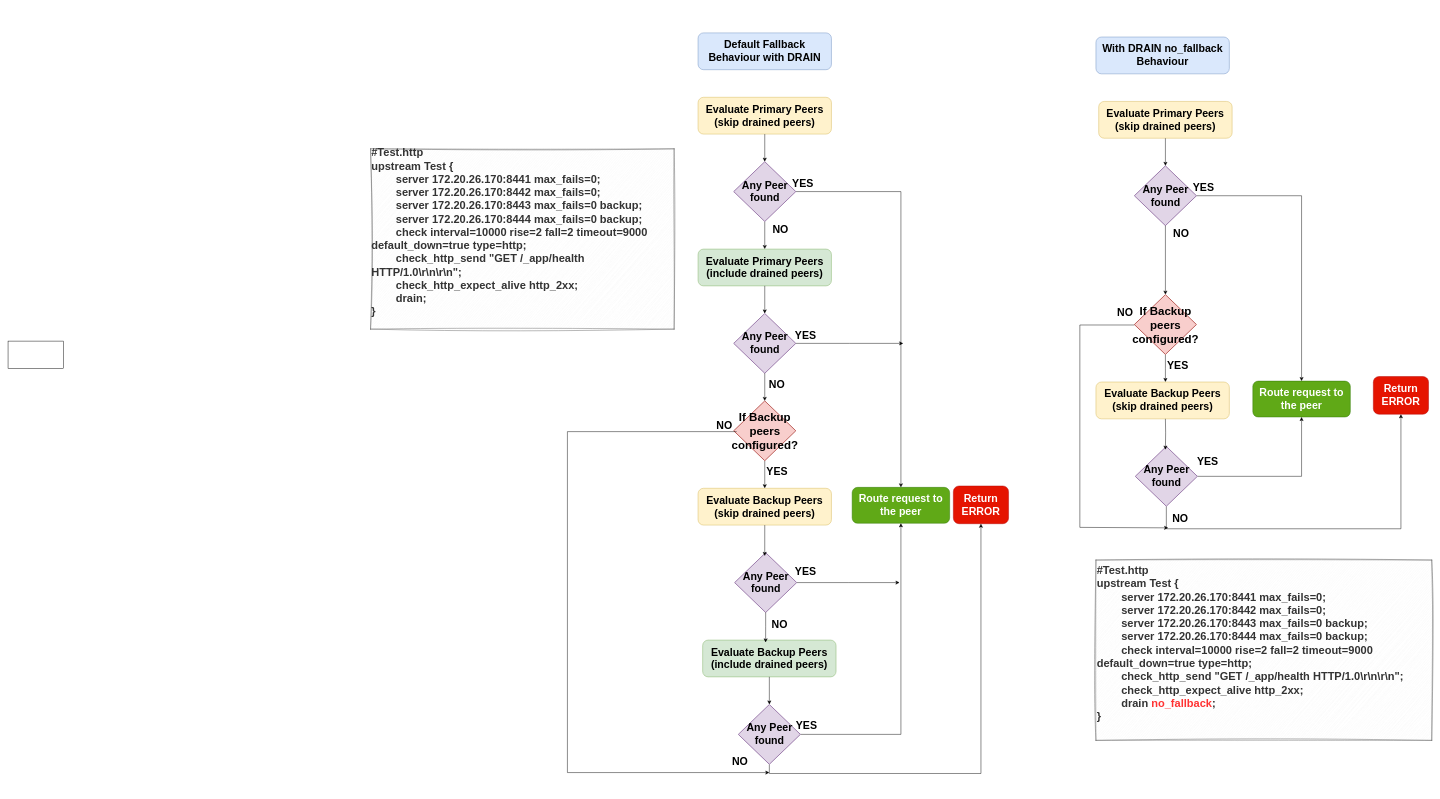
Earlier version of the draw.io diagram img/no_fallback.drawio (NithishK2002/Test). Source tidied: cells renumbered, new cells numbered last; positions are measured from the earlier drawing's top-left corner, leaving out a move shared by most shapes. Both pictures are drawn from the tidied source at 46%, with x=0, y=0 at pixel (8, 8).
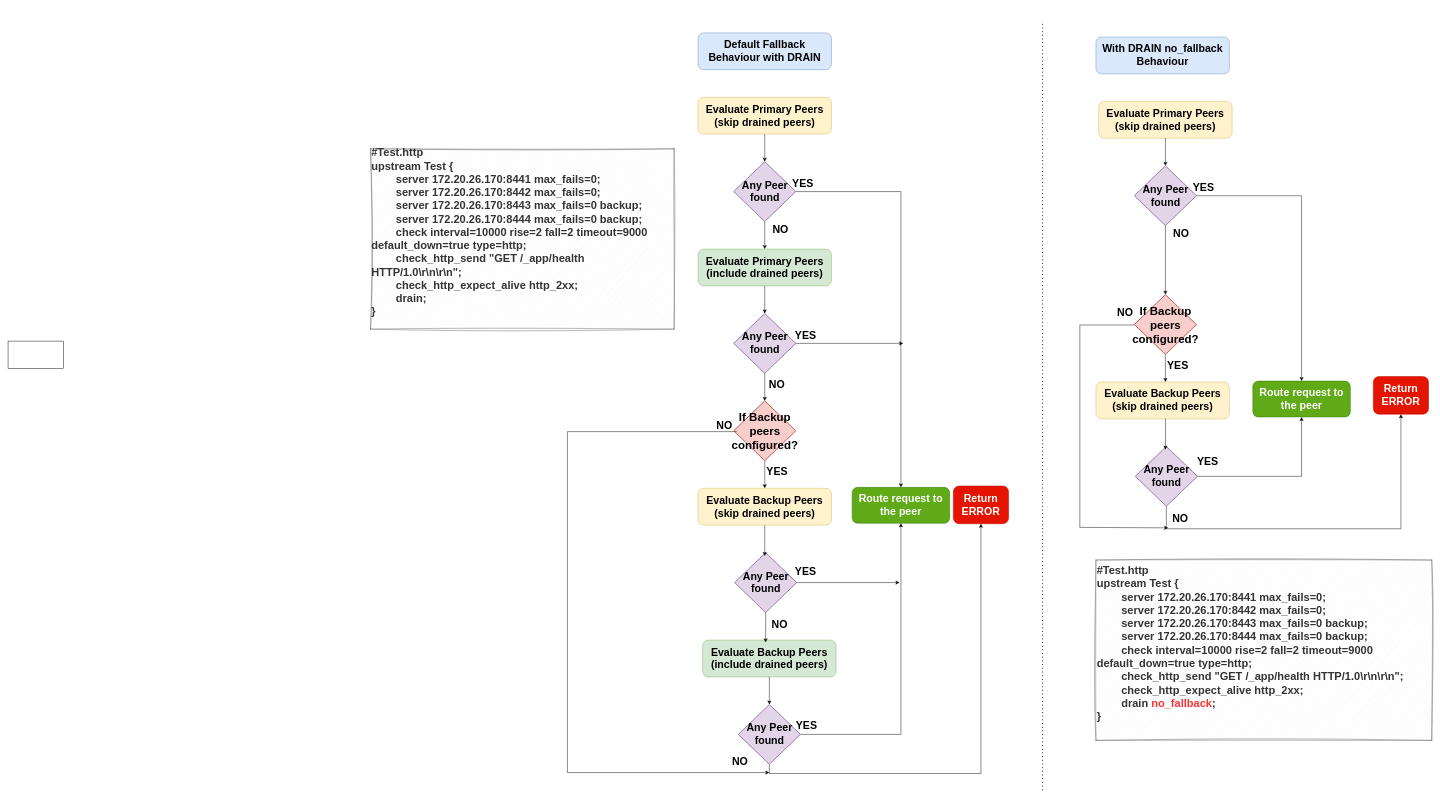
The same page after the edit.

Change to the diagram source:
```diff
@@
+    <mxCell id="64" style="endArrow=none;dashed=1;html=1;dashPattern=1 3;strokeWidth=2;rounded=0;" parent="1" edge="1">
+      <mxGeometry relative="1" as="geometry">
+        <mxPoint x="2249" y="1700.3" as="sourcePoint" />
+        <mxPoint x="2249" y="28" as="targetPoint" />
+      </mxGeometry>
+    </mxCell>
```
